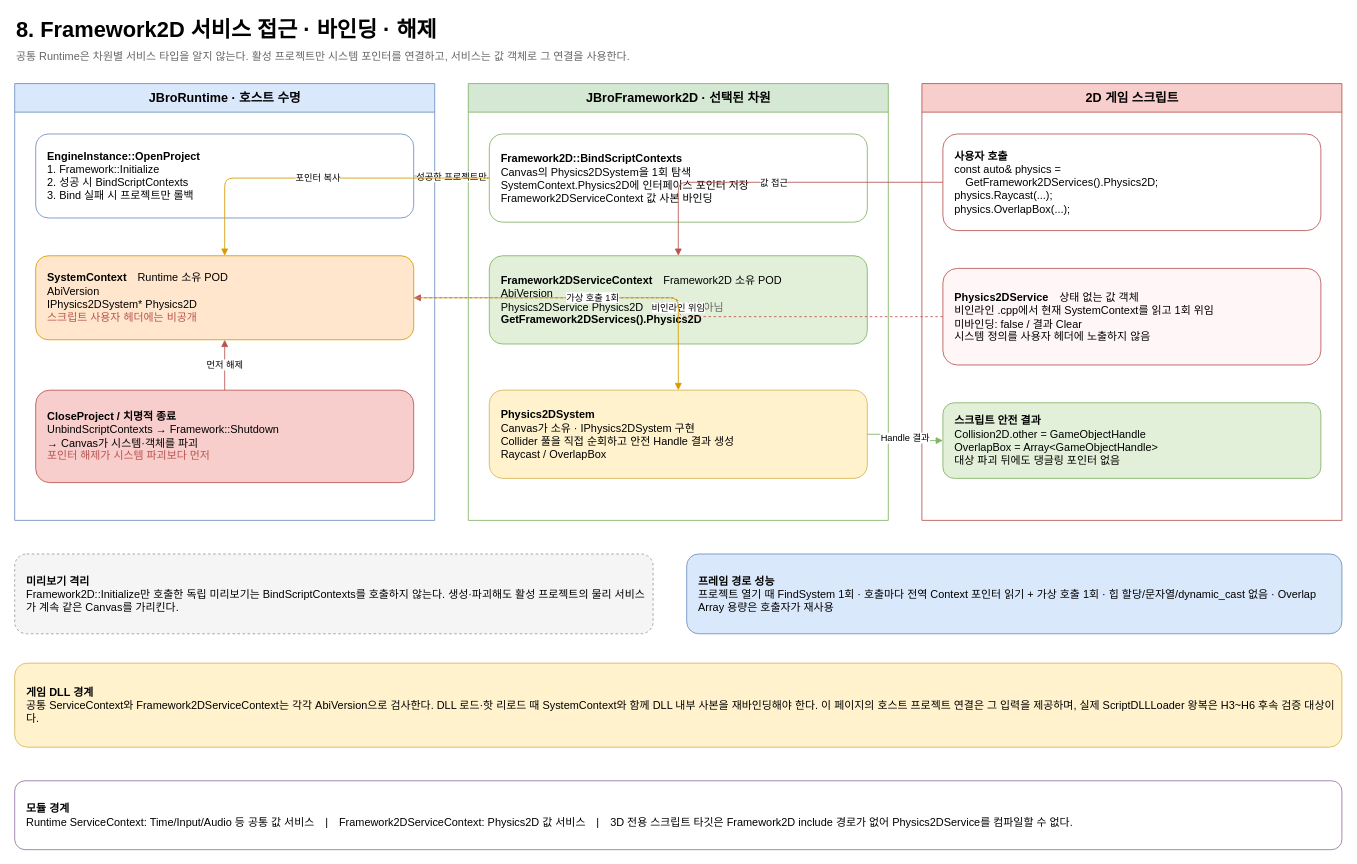
This is page "8. Framework2D service binding" (8 of 9) of docs/JBroEngine.drawio.xml from taku7664/JBroEngine, a draw.io file, before an edit. Source tidied: cells renumbered, new cells numbered last; positions are measured from the earlier drawing's top-left corner, leaving out a move shared by most shapes. Both pictures are drawn from the tidied source at 84%, with x=0, y=0 at pixel (14, 14).
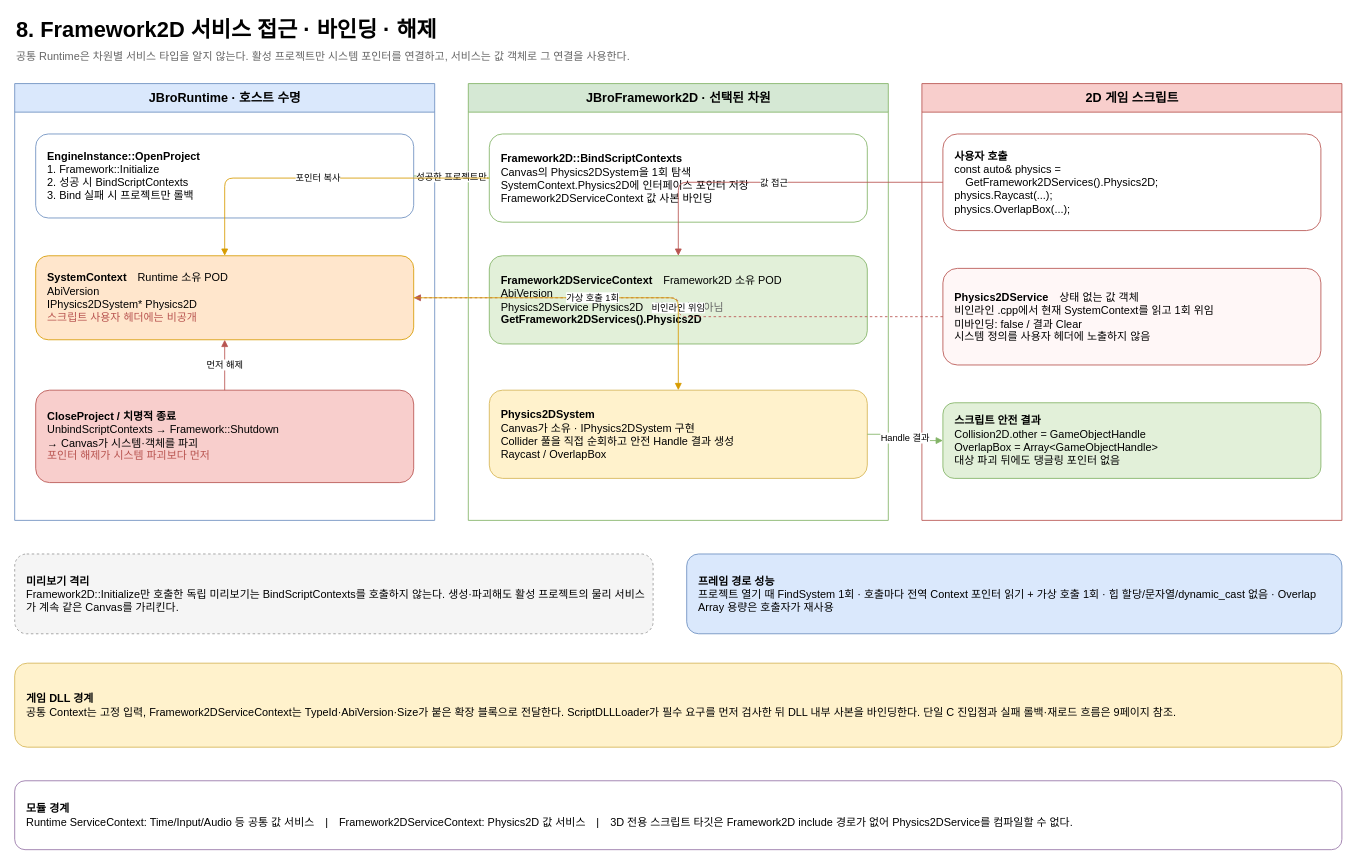
The same diagram, later.

Change to the diagram source:
```diff
@@
-    <mxCell id="18" value="&lt;b&gt;게임 DLL 경계&lt;/b&gt;&lt;br&gt;공통 ServiceContext와 Framework2DServiceContext는 각각 AbiVersion으로 검사한다. DLL 로드·핫 리로드 때 SystemContext와 함께 DLL 내부 사본을 재바인딩해야 한다. 이 페이지의 호스트 프로젝트 연결은 그 입력을 제공하며, 실제 ScriptDLLLoader 왕복은 H3~H6 후속 검증 대상이다." style="rounded=1;whiteSpace=wrap;html=1;fillColor=#fff2cc;strokeColor=#d6b656;fontSize=13;align=left;spacingLeft=12;" parent="1" vertex="1">
+    <mxCell id="18" value="&lt;b&gt;게임 DLL 경계&lt;/b&gt;&lt;br&gt;공통 Context는 고정 입력, Framework2DServiceContext는 TypeId·AbiVersion·Size가 붙은 확장 블록으로 전달한다. ScriptDLLLoader가 필수 요구를 먼저 검사한 뒤 DLL 내부 사본을 바인딩한다. 단일 C 진입점과 실패 롤백·재로드 흐름은 9페이지 참조." style="rounded=1;whiteSpace=wrap;html=1;fillColor=#fff2cc;strokeColor=#d6b656;fontSize=13;align=left;spacingLeft=12;" parent="1" vertex="1">
       <mxGeometry y="772" width="1580" height="100" as="geometry" />
     </mxCell>
```
